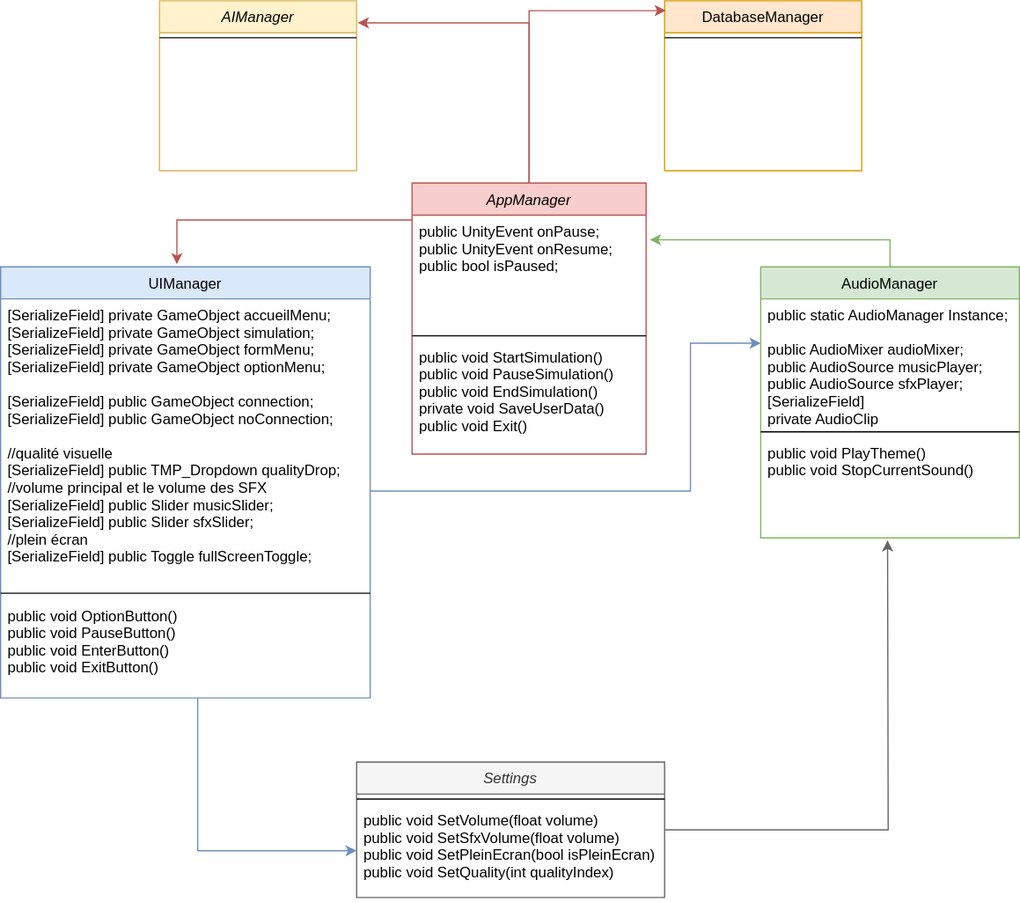
Above: Stage.drawio.svg in Ashura100/ProjetStage (draw.io), before the change. Source tidied: cells renumbered, new cells last; positions are measured from the earlier drawing's top-left corner, leaving out a move shared by most shapes.
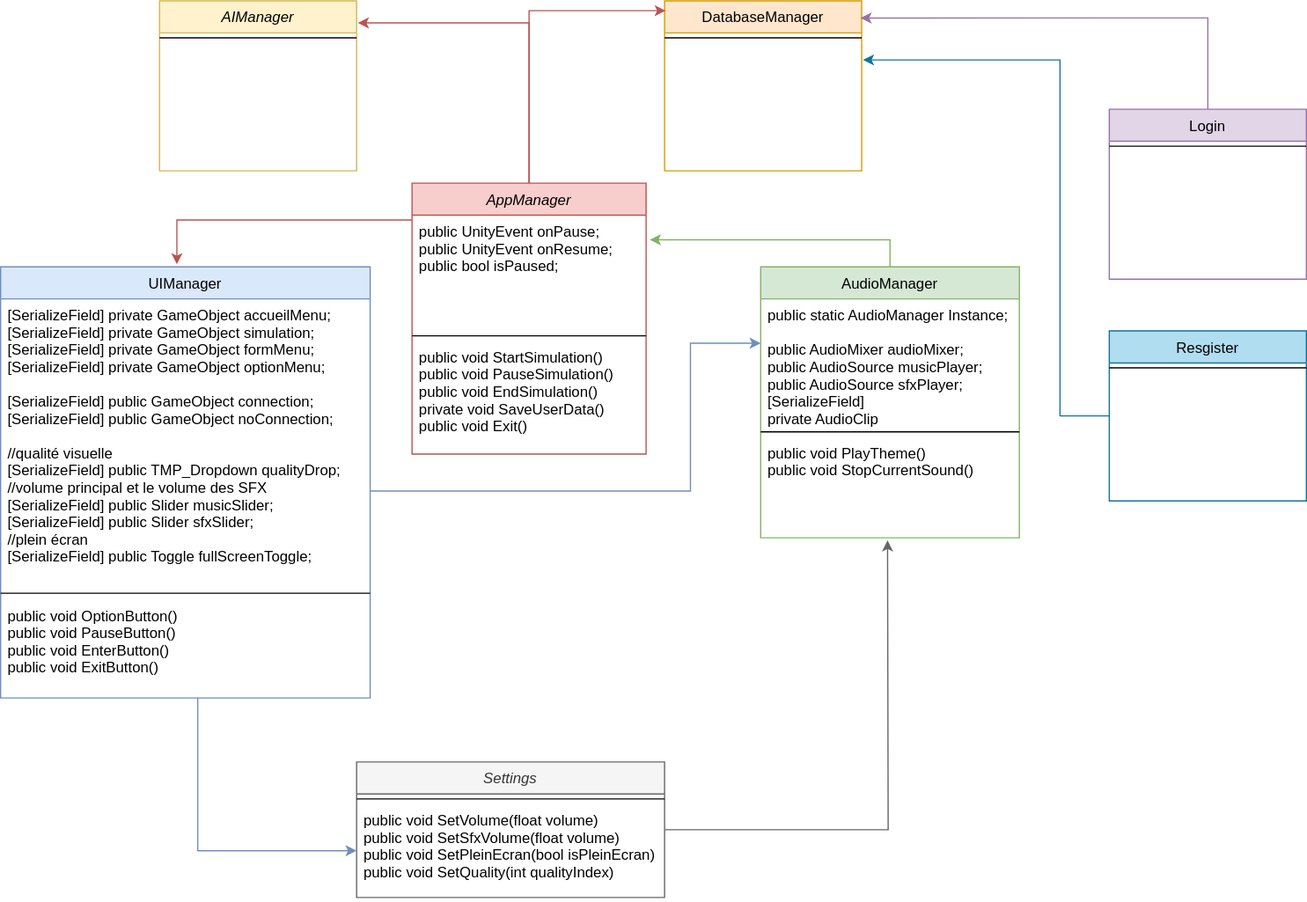
The same file after the commit.

Commit message:
Mettre à jour Stage.drawio.svg

The edit, as a diff of the source:
```diff
@@ -107,5 +107,33 @@
         </Array>
       </mxGeometry>
     </mxCell>
+    <mxCell id="28" value="Login" style="swimlane;fontStyle=0;align=center;verticalAlign=top;horizontal=1;startSize=26;rounded=0;shadow=0;strokeWidth=1;fillColor=#e1d5e7;strokeColor=#9673a6;" parent="1" vertex="1">
+      <mxGeometry x="900" y="88" width="160" height="138" as="geometry" />
+    </mxCell>
+    <mxCell id="29" style="line;html=1;strokeWidth=1;align=left;verticalAlign=middle;spacingTop=-1;spacingLeft=3;spacingRight=3;labelPosition=right;" parent="28" vertex="1">
+      <mxGeometry y="26" width="160" height="8" as="geometry" />
+    </mxCell>
+    <mxCell id="30" style="edgeStyle=orthogonalEdgeStyle;rounded=0;jettySize=auto;html=1;fillColor=#b1ddf0;strokeColor=#10739e;" parent="1" edge="1" source="31">
+      <mxGeometry relative="1" as="geometry">
+        <mxPoint x="700" y="48" as="targetPoint" />
+        <Array as="points">
+          <mxPoint x="860" y="337" />
+          <mxPoint x="860" y="48" />
+        </Array>
+      </mxGeometry>
+    </mxCell>
+    <mxCell id="31" value="Resgister" style="swimlane;fontStyle=0;align=center;verticalAlign=top;horizontal=1;startSize=26;rounded=0;shadow=0;strokeWidth=1;fillColor=#b1ddf0;strokeColor=#10739e;" parent="1" vertex="1">
+      <mxGeometry x="900" y="268" width="160" height="138" as="geometry" />
+    </mxCell>
+    <mxCell id="32" style="line;html=1;strokeWidth=1;align=left;verticalAlign=middle;spacingTop=-1;spacingLeft=3;spacingRight=3;labelPosition=right;" parent="31" vertex="1">
+      <mxGeometry y="26" width="160" height="8" as="geometry" />
+    </mxCell>
+    <mxCell id="33" style="edgeStyle=orthogonalEdgeStyle;rounded=0;jettySize=auto;html=1;entryX=0.994;entryY=0.101;entryDx=0;entryDy=0;entryPerimeter=0;fillColor=#e1d5e7;strokeColor=#9673a6;" parent="1" edge="1" source="28" target="6">
+      <mxGeometry relative="1" as="geometry">
+        <Array as="points">
+          <mxPoint x="980" y="14" />
+        </Array>
+      </mxGeometry>
+    </mxCell>
   </root>
 </mxGraphModel>
```
